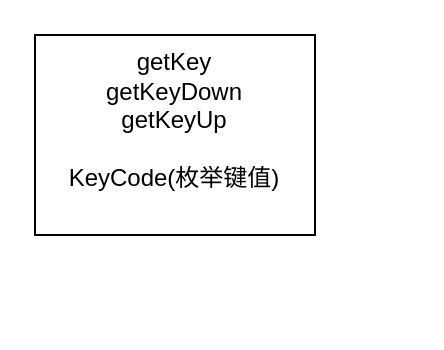
Above: page "Input" (3 of 3) of Untitled Diagram.drawio in yangcanlaile/unity-chart (draw.io), before the change. Source tidied: cells renumbered, new cells numbered last; positions are measured from the earlier drawing's top-left corner, leaving out a move shared by most shapes. Both pictures are drawn from the tidied source at 200%, with x=0, y=0 at pixel (34, 34).
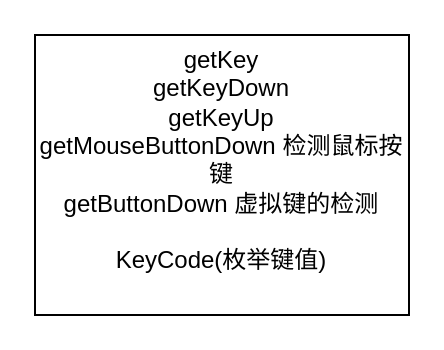
Above is the later version.

What changed in the source:
```diff
@@
 <mxGraphModel>
   <root>
     <mxCell id="0" />
     <mxCell id="1" parent="0" />
-    <mxCell id="2" value="getKey&lt;br&gt;getKeyDown&lt;br&gt;getKeyUp&lt;br&gt;&lt;br&gt;KeyCode(枚举键值)&lt;br&gt;&lt;br&gt;" style="rounded=0;whiteSpace=wrap;html=1;" parent="1" vertex="1">
-      <mxGeometry width="140" height="100" as="geometry" />
+    <mxCell id="2" value="getKey&lt;br&gt;getKeyDown&lt;br&gt;getKeyUp&lt;br&gt;getMouseButtonDown 检测鼠标按键&lt;br&gt;getButtonDown 虚拟键的检测&lt;br&gt;&lt;br&gt;KeyCode(枚举键值)&lt;br&gt;&lt;br&gt;" style="rounded=0;whiteSpace=wrap;html=1;" parent="1" vertex="1">
+      <mxGeometry width="187" height="140" as="geometry" />
     </mxCell>
   </root>
 </mxGraphModel>
```
